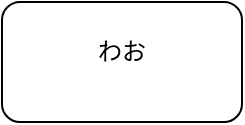
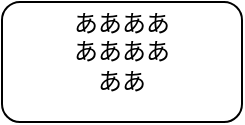
<mxfile host="65bd71144e">
    <diagram id="alxku1eUuSqiVQKdn34j" name="ページ1">
        <mxGraphModel dx="513" dy="239" grid="1" gridSize="10" guides="1" tooltips="1" connect="1" arrows="1" fold="1" page="1" pageScale="1" pageWidth="827" pageHeight="1169" math="0" shadow="0">
            <root>
                <mxCell id="0"/>
                <mxCell id="1" parent="0"/>
                <mxCell id="2" value="" style="rounded=1;whiteSpace=wrap;html=1;" vertex="1" parent="1">
                    <mxGeometry x="210" y="100" width="120" height="60" as="geometry"/>
                </mxCell>
-                 <mxCell id="3" value="わお" style="text;html=1;align=center;verticalAlign=middle;whiteSpace=wrap;rounded=0;" vertex="1" parent="1">
+                 <mxCell id="3" value="ああああああああああ" style="text;html=1;align=center;verticalAlign=middle;whiteSpace=wrap;rounded=0;" vertex="1" parent="1">
                    <mxGeometry x="240" y="110" width="60" height="30" as="geometry"/>
                </mxCell>
            </root>
        </mxGraphModel>
    </diagram>
</mxfile>